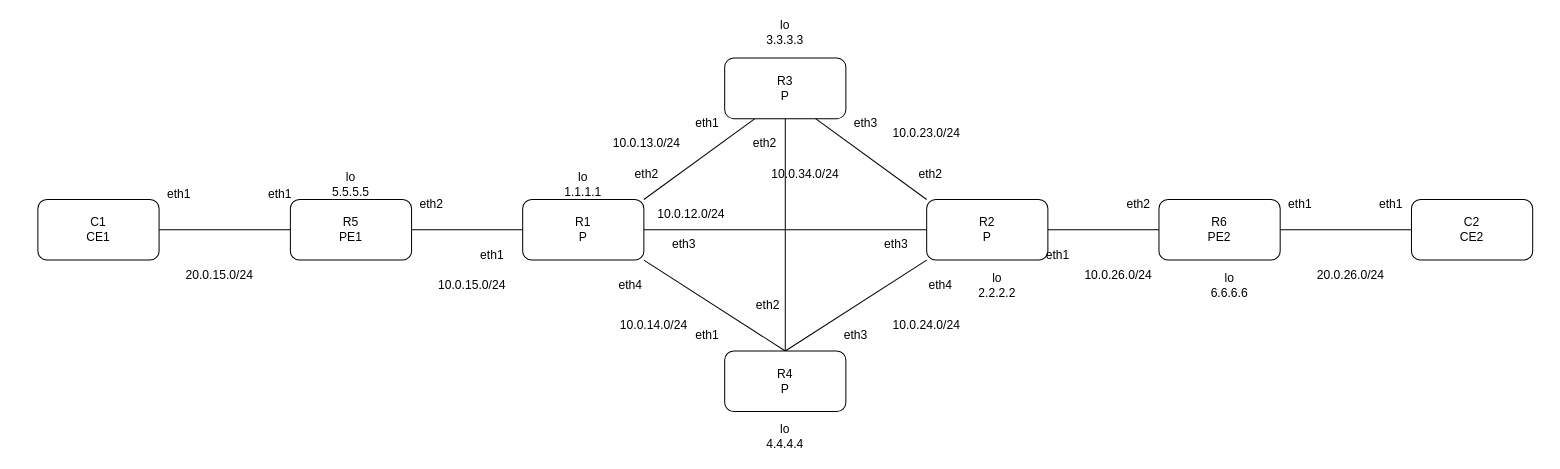
Before: MPLS/Diagram.drawio in jiegitrepo/network_container_lab, a draw.io diagram. Source tidied: cells renumbered, new cells numbered last; positions are measured from the earlier drawing's top-left corner, leaving out a move shared by most shapes. Both pictures are drawn from the tidied source at 101%, with x=0, y=0 at pixel (37, 17).
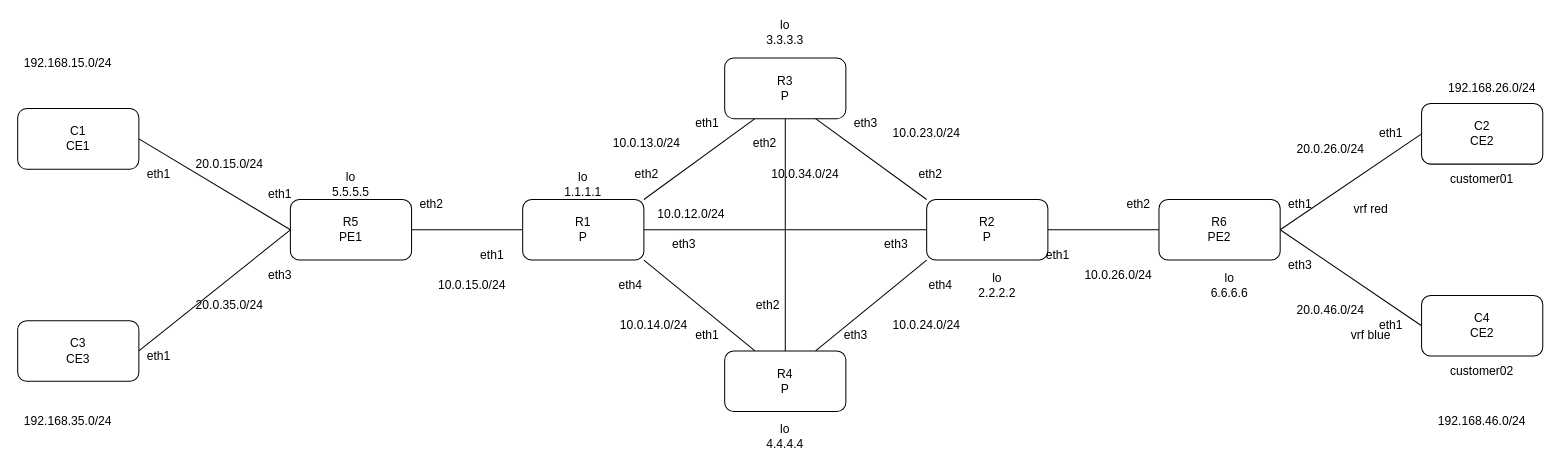
After the change.

Unchanged cells that the change refers to:
```xml
<mxCell id="8" value="R1&lt;br&gt;P" style="rounded=1;whiteSpace=wrap;html=1;" parent="1" vertex="1">
  <mxGeometry x="480" y="180" width="120" height="60" as="geometry" />
</mxCell>
<mxCell id="10" value="R2&lt;br&gt;P" style="rounded=1;whiteSpace=wrap;html=1;" parent="1" vertex="1">
  <mxGeometry x="880" y="180" width="120" height="60" as="geometry" />
</mxCell>
<mxCell id="15" value="R4&lt;br&gt;P" style="rounded=1;whiteSpace=wrap;html=1;" parent="1" vertex="1">
  <mxGeometry x="680" y="330" width="120" height="60" as="geometry" />
</mxCell>
<mxCell id="17" value="R5&lt;br&gt;PE1" style="rounded=1;whiteSpace=wrap;html=1;" parent="1" vertex="1">
  <mxGeometry x="250" y="180" width="120" height="60" as="geometry" />
</mxCell>
<mxCell id="19" value="R6&lt;br&gt;PE2" style="rounded=1;whiteSpace=wrap;html=1;" parent="1" vertex="1">
  <mxGeometry x="1110" y="180" width="120" height="60" as="geometry" />
</mxCell>
```

Diff of the diagram source:
```diff
@@
     <mxCell id="4" value="eth1" style="text;html=1;whiteSpace=wrap;strokeColor=none;fillColor=none;align=center;verticalAlign=middle;rounded=0;" parent="1" vertex="1">
-      <mxGeometry x="110" y="160" width="60" height="30" as="geometry" />
+      <mxGeometry x="90" y="140" width="60" height="30" as="geometry" />
     </mxCell>
@@
-    <mxCell id="7" style="edgeStyle=none;shape=connector;rounded=0;jettySize=auto;html=1;exitX=1;exitY=1;exitDx=0;exitDy=0;entryX=0.5;entryY=0;entryDx=0;entryDy=0;strokeColor=default;align=center;verticalAlign=middle;fontFamily=Helvetica;fontSize=11;fontColor=default;labelBackgroundColor=default;endArrow=none;endFill=0;" parent="1" edge="1" source="8" target="15">
+    <mxCell id="7" style="edgeStyle=none;shape=connector;rounded=0;jettySize=auto;html=1;exitX=1;exitY=1;exitDx=0;exitDy=0;entryX=0.25;entryY=0;entryDx=0;entryDy=0;strokeColor=default;align=center;verticalAlign=middle;fontFamily=Helvetica;fontSize=11;fontColor=default;labelBackgroundColor=default;endArrow=none;endFill=0;" parent="1" edge="1" source="8" target="15">
       <mxGeometry relative="1" as="geometry" />
     </mxCell>
@@
-    <mxCell id="14" style="edgeStyle=none;shape=connector;rounded=0;jettySize=auto;html=1;exitX=0.5;exitY=0;exitDx=0;exitDy=0;strokeColor=default;align=center;verticalAlign=middle;fontFamily=Helvetica;fontSize=11;fontColor=default;labelBackgroundColor=default;endArrow=none;endFill=0;entryX=0;entryY=1;entryDx=0;entryDy=0;" parent="1" edge="1" source="15" target="10">
+    <mxCell id="14" style="edgeStyle=none;shape=connector;rounded=0;jettySize=auto;html=1;exitX=0.75;exitY=0;exitDx=0;exitDy=0;strokeColor=default;align=center;verticalAlign=middle;fontFamily=Helvetica;fontSize=11;fontColor=default;labelBackgroundColor=default;endArrow=none;endFill=0;entryX=0;entryY=1;entryDx=0;entryDy=0;" parent="1" edge="1" source="15" target="10">
       <mxGeometry relative="1" as="geometry" />
     </mxCell>
@@
-    <mxCell id="20" style="edgeStyle=orthogonalEdgeStyle;rounded=0;jettySize=auto;html=1;exitX=1;exitY=0.5;exitDx=0;exitDy=0;entryX=0;entryY=0.5;entryDx=0;entryDy=0;endArrow=none;endFill=0;" parent="1" edge="1" source="21" target="17">
+    <mxCell id="20" style="rounded=0;jettySize=auto;html=1;exitX=1;exitY=0.5;exitDx=0;exitDy=0;entryX=0;entryY=0.5;entryDx=0;entryDy=0;endArrow=none;endFill=0;" parent="1" edge="1" source="21" target="17">
       <mxGeometry relative="1" as="geometry" />
     </mxCell>
     <mxCell id="21" value="C1&lt;br&gt;CE1" style="rounded=1;whiteSpace=wrap;html=1;" parent="1" vertex="1">
-      <mxGeometry y="180" width="120" height="60" as="geometry" />
+      <mxGeometry x="-20" y="90" width="120" height="60" as="geometry" />
     </mxCell>
     <mxCell id="22" value="C2&lt;br&gt;CE2" style="rounded=1;whiteSpace=wrap;html=1;" parent="1" vertex="1">
-      <mxGeometry x="1360" y="180" width="120" height="60" as="geometry" />
+      <mxGeometry x="1370" y="85" width="120" height="60" as="geometry" />
     </mxCell>
@@
     <mxCell id="24" value="eth1" style="text;html=1;whiteSpace=wrap;strokeColor=none;fillColor=none;align=center;verticalAlign=middle;rounded=0;" parent="1" vertex="1">
-      <mxGeometry x="1310" y="170" width="60" height="30" as="geometry" />
+      <mxGeometry x="1310" y="100" width="60" height="30" as="geometry" />
     </mxCell>
@@
     <mxCell id="48" value="20.0.15.0/24" style="text;html=1;whiteSpace=wrap;strokeColor=none;fillColor=none;align=center;verticalAlign=middle;rounded=0;" parent="1" vertex="1">
-      <mxGeometry x="150" y="240" width="60" height="30" as="geometry" />
+      <mxGeometry x="160" y="130" width="60" height="30" as="geometry" />
     </mxCell>
     <mxCell id="49" value="20.0.26.0/24" style="text;html=1;whiteSpace=wrap;strokeColor=none;fillColor=none;align=center;verticalAlign=middle;rounded=0;" parent="1" vertex="1">
-      <mxGeometry x="1270" y="240" width="60" height="30" as="geometry" />
+      <mxGeometry x="1250" y="115" width="60" height="30" as="geometry" />
     </mxCell>
@@
+    <mxCell id="56" style="rounded=0;jettySize=auto;html=1;exitX=1;exitY=0.5;exitDx=0;exitDy=0;entryX=0;entryY=0.5;entryDx=0;entryDy=0;endArrow=none;endFill=0;" parent="1" edge="1" source="57" target="17">
+      <mxGeometry relative="1" as="geometry" />
+    </mxCell>
+    <mxCell id="57" value="C3&lt;br&gt;CE3" style="rounded=1;whiteSpace=wrap;html=1;" parent="1" vertex="1">
+      <mxGeometry x="-20" y="300" width="120" height="60" as="geometry" />
+    </mxCell>
+    <mxCell id="58" value="customer01" style="text;html=1;whiteSpace=wrap;strokeColor=none;fillColor=none;align=center;verticalAlign=middle;rounded=0;" parent="1" vertex="1">
+      <mxGeometry x="1400" y="145" width="60" height="30" as="geometry" />
+    </mxCell>
+    <mxCell id="59" value="customer02" style="text;html=1;whiteSpace=wrap;strokeColor=none;fillColor=none;align=center;verticalAlign=middle;rounded=0;" parent="1" vertex="1">
+      <mxGeometry x="1400" y="335" width="60" height="30" as="geometry" />
+    </mxCell>
+    <mxCell id="60" value="eth1" style="text;html=1;whiteSpace=wrap;strokeColor=none;fillColor=none;align=center;verticalAlign=middle;rounded=0;" parent="1" vertex="1">
+      <mxGeometry x="90" y="320" width="60" height="30" as="geometry" />
+    </mxCell>
+    <mxCell id="61" value="eth3" style="text;html=1;whiteSpace=wrap;strokeColor=none;fillColor=none;align=center;verticalAlign=middle;rounded=0;" parent="1" vertex="1">
+      <mxGeometry x="210" y="240" width="60" height="30" as="geometry" />
+    </mxCell>
+    <mxCell id="62" value="C4&lt;br&gt;CE2" style="rounded=1;whiteSpace=wrap;html=1;" parent="1" vertex="1">
+      <mxGeometry x="1370" y="275" width="120" height="60" as="geometry" />
+    </mxCell>
+    <mxCell id="63" style="edgeStyle=none;shape=connector;rounded=0;jettySize=auto;html=1;exitX=1;exitY=0.5;exitDx=0;exitDy=0;entryX=0;entryY=0.5;entryDx=0;entryDy=0;strokeColor=default;align=center;verticalAlign=middle;fontFamily=Helvetica;fontSize=11;fontColor=default;labelBackgroundColor=default;endArrow=none;endFill=0;" parent="1" edge="1" source="19" target="62">
+      <mxGeometry relative="1" as="geometry" />
+    </mxCell>
+    <mxCell id="64" value="eth1" style="text;html=1;whiteSpace=wrap;strokeColor=none;fillColor=none;align=center;verticalAlign=middle;rounded=0;" parent="1" vertex="1">
+      <mxGeometry x="1310" y="290" width="60" height="30" as="geometry" />
+    </mxCell>
+    <mxCell id="65" value="eth3" style="text;html=1;whiteSpace=wrap;strokeColor=none;fillColor=none;align=center;verticalAlign=middle;rounded=0;" parent="1" vertex="1">
+      <mxGeometry x="1220" y="230" width="60" height="30" as="geometry" />
+    </mxCell>
+    <mxCell id="66" value="20.0.35.0/24" style="text;html=1;whiteSpace=wrap;strokeColor=none;fillColor=none;align=center;verticalAlign=middle;rounded=0;" parent="1" vertex="1">
+      <mxGeometry x="160" y="270" width="60" height="30" as="geometry" />
+    </mxCell>
+    <mxCell id="67" value="20.0.46.0/24" style="text;html=1;whiteSpace=wrap;strokeColor=none;fillColor=none;align=center;verticalAlign=middle;rounded=0;" parent="1" vertex="1">
+      <mxGeometry x="1250" y="275" width="60" height="30" as="geometry" />
+    </mxCell>
+    <mxCell id="68" value="192.168.46.0/24" style="text;html=1;whiteSpace=wrap;strokeColor=none;fillColor=none;align=center;verticalAlign=middle;rounded=0;" parent="1" vertex="1">
+      <mxGeometry x="1400" y="385" width="60" height="30" as="geometry" />
+    </mxCell>
+    <mxCell id="69" value="192.168.26.0/24" style="text;html=1;whiteSpace=wrap;strokeColor=none;fillColor=none;align=center;verticalAlign=middle;rounded=0;" parent="1" vertex="1">
+      <mxGeometry x="1410" y="55" width="60" height="30" as="geometry" />
+    </mxCell>
+    <mxCell id="70" value="192.168.15.0/24" style="text;html=1;whiteSpace=wrap;strokeColor=none;fillColor=none;align=center;verticalAlign=middle;rounded=0;" parent="1" vertex="1">
+      <mxGeometry y="30" width="60" height="30" as="geometry" />
+    </mxCell>
+    <mxCell id="71" value="192.168.35.0/24" style="text;html=1;whiteSpace=wrap;strokeColor=none;fillColor=none;align=center;verticalAlign=middle;rounded=0;" parent="1" vertex="1">
+      <mxGeometry y="385" width="60" height="30" as="geometry" />
+    </mxCell>
+    <mxCell id="72" value="vrf red" style="text;html=1;whiteSpace=wrap;strokeColor=none;fillColor=none;align=center;verticalAlign=middle;rounded=0;" parent="1" vertex="1">
+      <mxGeometry x="1290" y="175" width="60" height="30" as="geometry" />
+    </mxCell>
+    <mxCell id="73" value="vrf blue" style="text;html=1;whiteSpace=wrap;strokeColor=none;fillColor=none;align=center;verticalAlign=middle;rounded=0;" parent="1" vertex="1">
+      <mxGeometry x="1290" y="300" width="60" height="30" as="geometry" />
+    </mxCell>
```
